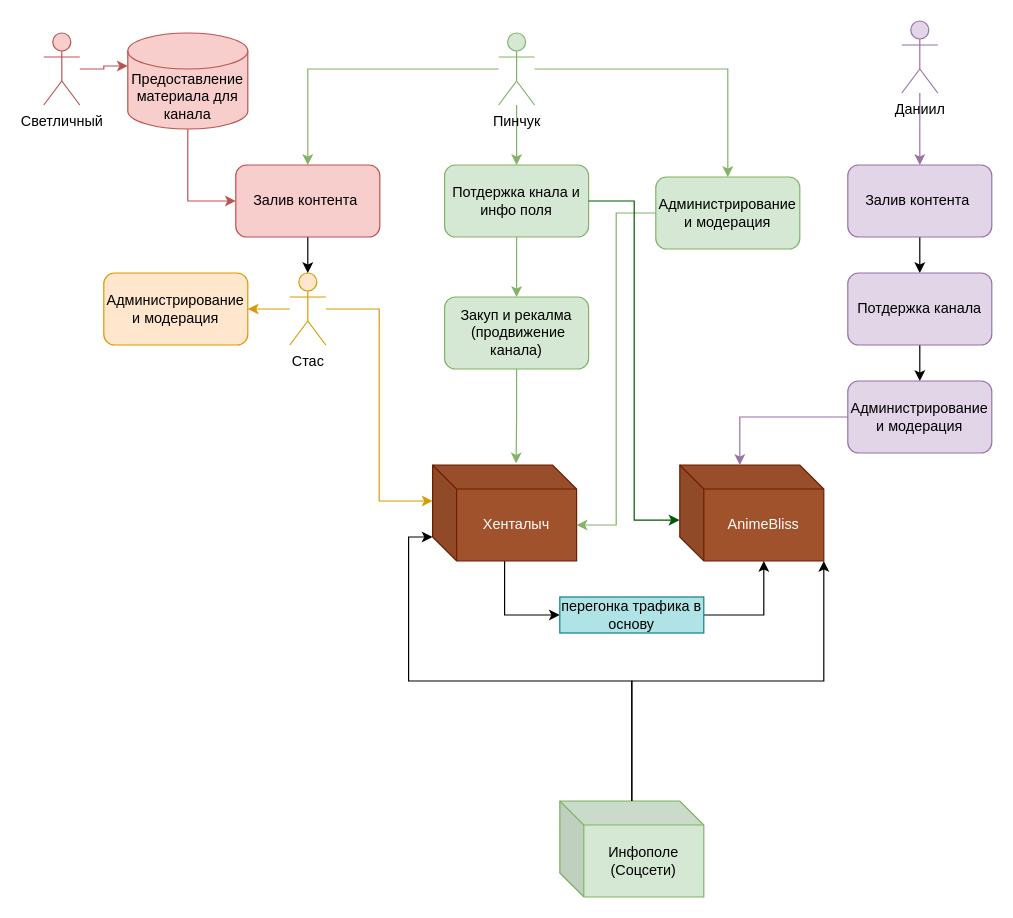
Above: Диаграмма без названия.drawio in vpfreshone/AnimeBliss (draw.io), before the change. Source tidied: cells renumbered, new cells numbered last; positions are measured from the earlier drawing's top-left corner, leaving out a move shared by most shapes. Both pictures are drawn from the tidied source at 120%, with x=0, y=0 at pixel (43, 20).
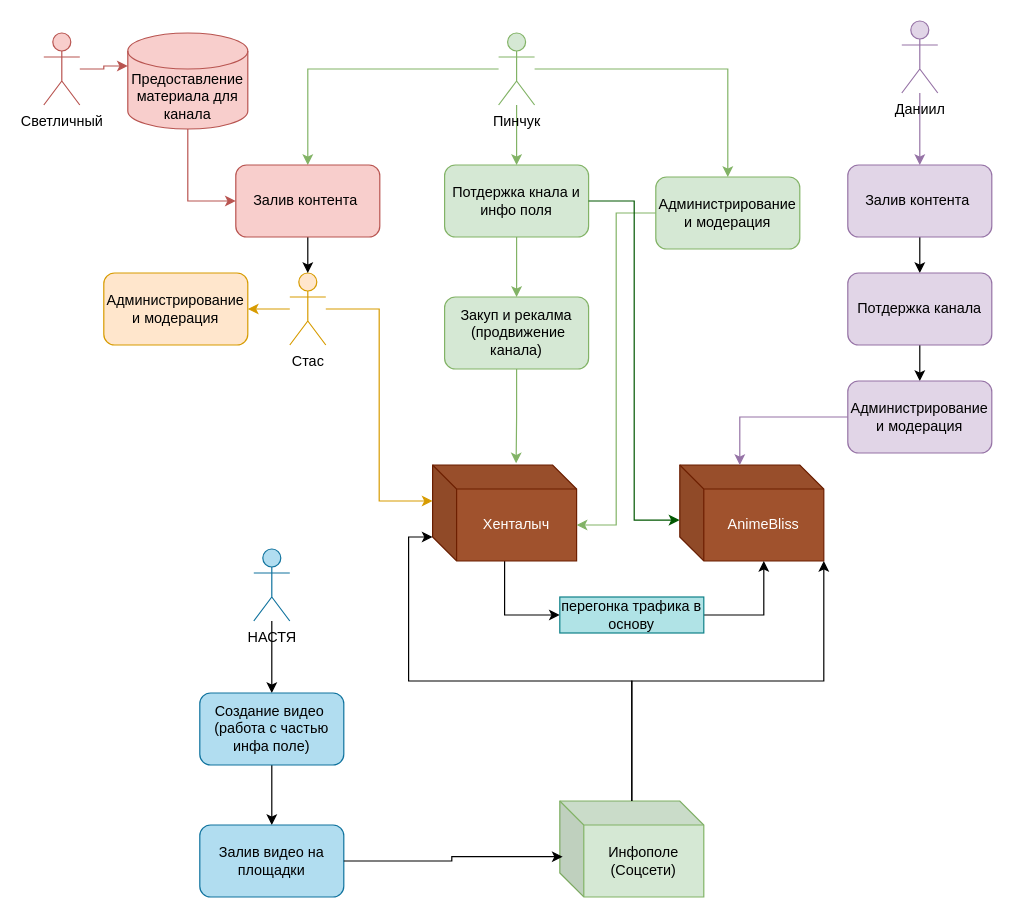
The same diagram, later.

Commit message:
Обновление (добавление участника)

The change refers to these unchanged cells:
```xml
<mxCell id="24" value="Инфополе&lt;br&gt;(Соцсети)" style="shape=cube;whiteSpace=wrap;html=1;boundedLbl=1;backgroundOutline=1;darkOpacity=0.05;darkOpacity2=0.1;fillColor=#d5e8d4;strokeColor=#82b366;" parent="1" vertex="1">
  <mxGeometry x="430" y="650" width="120" height="80" as="geometry" />
</mxCell>
```

The edit, as a diff of the source:
```diff
@@
+    <mxCell id="39" style="edgeStyle=orthogonalEdgeStyle;rounded=0;jettySize=auto;html=1;entryX=0.5;entryY=0;entryDx=0;entryDy=0;" parent="1" edge="1" source="40" target="42">
+      <mxGeometry relative="1" as="geometry" />
+    </mxCell>
+    <mxCell id="40" value="НАСТЯ" style="shape=umlActor;verticalLabelPosition=bottom;verticalAlign=top;html=1;outlineConnect=0;fillColor=#b1ddf0;strokeColor=#10739e;" parent="1" vertex="1">
+      <mxGeometry x="175" y="440" width="30" height="60" as="geometry" />
+    </mxCell>
+    <mxCell id="41" style="edgeStyle=orthogonalEdgeStyle;rounded=0;jettySize=auto;html=1;entryX=0.5;entryY=0;entryDx=0;entryDy=0;" parent="1" edge="1" source="42" target="43">
+      <mxGeometry relative="1" as="geometry" />
+    </mxCell>
+    <mxCell id="42" value="Создание видео&amp;nbsp;&lt;br&gt;(работа с частью инфа поле)" style="rounded=1;whiteSpace=wrap;html=1;fillColor=#b1ddf0;strokeColor=#10739e;" parent="1" vertex="1">
+      <mxGeometry x="130" y="560" width="120" height="60" as="geometry" />
+    </mxCell>
+    <mxCell id="43" value="Залив видео на площадки" style="rounded=1;whiteSpace=wrap;html=1;fillColor=#b1ddf0;strokeColor=#10739e;" parent="1" vertex="1">
+      <mxGeometry x="130" y="670" width="120" height="60" as="geometry" />
+    </mxCell>
+    <mxCell id="44" style="edgeStyle=orthogonalEdgeStyle;rounded=0;jettySize=auto;html=1;entryX=0.02;entryY=0.58;entryDx=0;entryDy=0;entryPerimeter=0;" parent="1" edge="1" source="43" target="24">
+      <mxGeometry relative="1" as="geometry" />
+    </mxCell>
```
